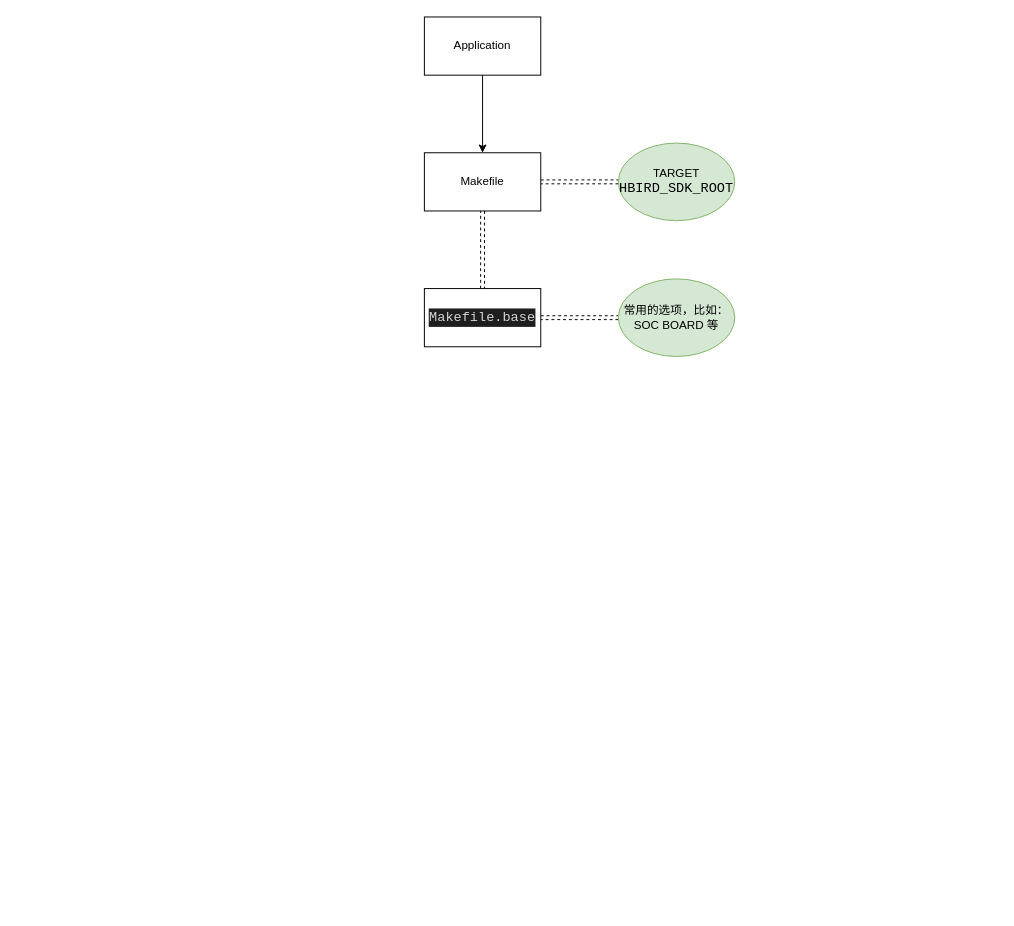
wangpengabc/test keeps this draw.io diagram as Untitled Diagram.drawio. Above is the earlier version. Source tidied: cells renumbered, new cells numbered last; positions are measured from the earlier drawing's top-left corner, leaving out a move shared by most shapes. Both pictures are drawn from the tidied source at 97%, with x=0, y=0 at pixel (424, 16).
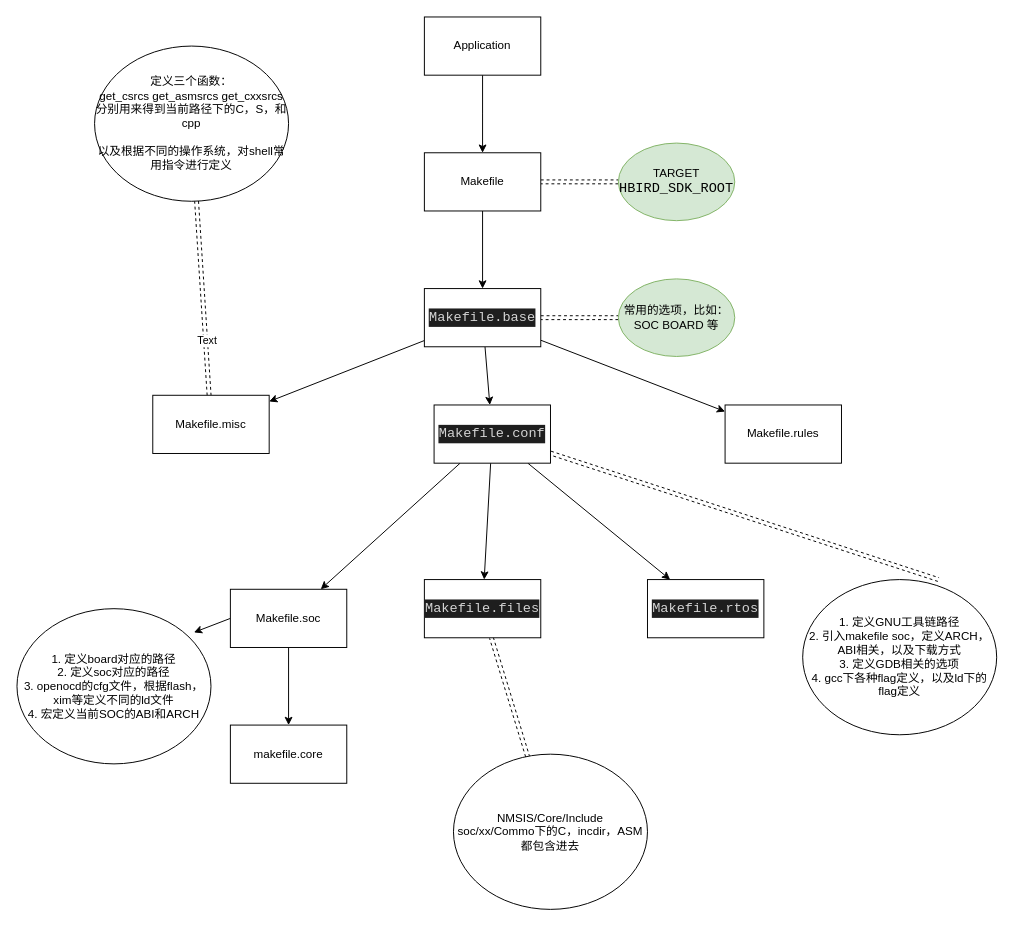
The same page after the edit.

The change refers to these unchanged cells:
```xml
<mxCell id="6" value="Makefile" style="rounded=0;whiteSpace=wrap;html=1;" parent="1" vertex="1">
  <mxGeometry y="140" width="120" height="60" as="geometry" />
</mxCell>
<mxCell id="9" value="&lt;div style=&quot;color: rgb(212 , 212 , 212) ; background-color: rgb(30 , 30 , 30) ; font-family: &amp;#34;droid sans mono&amp;#34; , monospace , monospace , &amp;#34;droid sans fallback&amp;#34; ; font-size: 14px ; line-height: 19px&quot;&gt;Makefile.base&lt;/div&gt;" style="rounded=0;whiteSpace=wrap;html=1;" parent="1" vertex="1">
  <mxGeometry y="280" width="120" height="60" as="geometry" />
</mxCell>
```

Diff of the diagram source:
```diff
@@
-    <mxCell id="5" style="edgeStyle=none;shape=link;jettySize=auto;html=1;dashed=1;" parent="1" edge="1" source="6" target="9">
+    <mxCell id="5" style="edgeStyle=none;jettySize=auto;html=1;" parent="1" edge="1" source="6" target="9">
       <mxGeometry relative="1" as="geometry" />
     </mxCell>
@@
+    <mxCell id="11" style="edgeStyle=none;jettySize=auto;html=1;" parent="1" edge="1" source="9" target="16">
+      <mxGeometry relative="1" as="geometry" />
+    </mxCell>
+    <mxCell id="12" style="edgeStyle=none;jettySize=auto;html=1;" parent="1" edge="1" source="9" target="21">
+      <mxGeometry relative="1" as="geometry" />
+    </mxCell>
+    <mxCell id="13" style="edgeStyle=none;jettySize=auto;html=1;" parent="1" edge="1" source="9" target="22">
+      <mxGeometry relative="1" as="geometry" />
+    </mxCell>
@@
+    <mxCell id="14" style="edgeStyle=none;jettySize=auto;html=1;shape=link;dashed=1;" parent="1" edge="1" source="16" target="23">
+      <mxGeometry relative="1" as="geometry" />
+    </mxCell>
+    <mxCell id="15" value="Text" style="edgeLabel;html=1;align=center;verticalAlign=middle;" parent="14" vertex="1">
+      <mxGeometry x="-0.43" y="-1" relative="1" as="geometry" />
+    </mxCell>
+    <mxCell id="16" value="Makefile.misc" style="whiteSpace=wrap;html=1;rounded=0;" parent="1" vertex="1">
+      <mxGeometry x="-280" y="390" width="120" height="60" as="geometry" />
+    </mxCell>
+    <mxCell id="17" style="edgeStyle=none;jettySize=auto;html=1;" parent="1" edge="1" source="21" target="27">
+      <mxGeometry relative="1" as="geometry" />
+    </mxCell>
+    <mxCell id="18" style="edgeStyle=none;jettySize=auto;html=1;" parent="1" edge="1" source="21" target="28">
+      <mxGeometry relative="1" as="geometry" />
+    </mxCell>
+    <mxCell id="19" style="edgeStyle=none;jettySize=auto;html=1;" parent="1" edge="1" source="21" target="30">
+      <mxGeometry relative="1" as="geometry" />
+    </mxCell>
+    <mxCell id="20" style="edgeStyle=none;jettySize=auto;html=1;entryX=0.7;entryY=0;entryDx=0;entryDy=0;entryPerimeter=0;dashed=1;shape=link;" parent="1" edge="1" source="21" target="24">
+      <mxGeometry relative="1" as="geometry" />
+    </mxCell>
+    <mxCell id="21" value="&lt;div style=&quot;color: rgb(212 , 212 , 212) ; background-color: rgb(30 , 30 , 30) ; font-family: &amp;#34;droid sans mono&amp;#34; , monospace , monospace , &amp;#34;droid sans fallback&amp;#34; ; font-size: 14px ; line-height: 19px&quot;&gt;Makefile.conf&lt;/div&gt;" style="rounded=0;whiteSpace=wrap;html=1;" parent="1" vertex="1">
+      <mxGeometry x="10" y="400" width="120" height="60" as="geometry" />
+    </mxCell>
+    <mxCell id="22" value="Makefile.rules" style="whiteSpace=wrap;html=1;rounded=0;" parent="1" vertex="1">
+      <mxGeometry x="310" y="400" width="120" height="60" as="geometry" />
+    </mxCell>
+    <mxCell id="23" value="定义三个函数：&lt;br&gt;get_csrcs&amp;nbsp;get_asmsrcs&amp;nbsp;get_cxxsrcs&lt;br&gt;分别用来得到当前路径下的C，S，和cpp&lt;br&gt;&lt;br&gt;以及根据不同的操作系统，对shell常用指令进行定义" style="ellipse;whiteSpace=wrap;html=1;rounded=0;" parent="1" vertex="1">
+      <mxGeometry x="-340" y="30" width="200" height="160" as="geometry" />
+    </mxCell>
+    <mxCell id="24" value="1. 定义GNU工具链路径&lt;br&gt;2. 引入makefile soc，定义ARCH，ABI相关，以及下载方式&lt;br&gt;3. 定义GDB相关的选项&lt;br&gt;4. gcc下各种flag定义，以及ld下的flag定义" style="ellipse;whiteSpace=wrap;html=1;rounded=0;" parent="1" vertex="1">
+      <mxGeometry x="390" y="580" width="200" height="160" as="geometry" />
+    </mxCell>
+    <mxCell id="25" style="edgeStyle=none;jettySize=auto;html=1;" parent="1" edge="1" source="27" target="32">
+      <mxGeometry relative="1" as="geometry" />
+    </mxCell>
+    <mxCell id="26" style="edgeStyle=none;jettySize=auto;html=1;exitX=0;exitY=0.5;exitDx=0;exitDy=0;entryX=0.912;entryY=0.153;entryDx=0;entryDy=0;entryPerimeter=0;" parent="1" edge="1" source="27" target="31">
+      <mxGeometry relative="1" as="geometry" />
+    </mxCell>
+    <mxCell id="27" value="Makefile.soc&lt;br&gt;" style="whiteSpace=wrap;html=1;rounded=0;" parent="1" vertex="1">
+      <mxGeometry x="-200" y="590" width="120" height="60" as="geometry" />
+    </mxCell>
+    <mxCell id="28" value="&lt;div style=&quot;color: rgb(212 , 212 , 212) ; background-color: rgb(30 , 30 , 30) ; font-family: &amp;#34;droid sans mono&amp;#34; , monospace , monospace , &amp;#34;droid sans fallback&amp;#34; ; font-size: 14px ; line-height: 19px&quot;&gt;Makefile.rtos&lt;/div&gt;" style="whiteSpace=wrap;html=1;rounded=0;" parent="1" vertex="1">
+      <mxGeometry x="230" y="580" width="120" height="60" as="geometry" />
+    </mxCell>
+    <mxCell id="29" style="edgeStyle=none;shape=link;jettySize=auto;html=1;dashed=1;" parent="1" edge="1" source="30" target="33">
+      <mxGeometry relative="1" as="geometry" />
+    </mxCell>
+    <mxCell id="30" value="&lt;div style=&quot;color: rgb(212 , 212 , 212) ; background-color: rgb(30 , 30 , 30) ; font-family: &amp;#34;droid sans mono&amp;#34; , monospace , monospace , &amp;#34;droid sans fallback&amp;#34; ; font-size: 14px ; line-height: 19px&quot;&gt;Makefile.files&lt;/div&gt;" style="whiteSpace=wrap;html=1;rounded=0;" parent="1" vertex="1">
+      <mxGeometry y="580" width="120" height="60" as="geometry" />
+    </mxCell>
+    <mxCell id="31" value="1. 定义board对应的路径&lt;br&gt;2. 定义soc对应的路径&lt;br&gt;3. openocd的cfg文件，根据flash，xim等定义不同的ld文件&lt;br&gt;4. 宏定义当前SOC的ABI和ARCH" style="ellipse;whiteSpace=wrap;html=1;rounded=0;" parent="1" vertex="1">
+      <mxGeometry x="-420" y="610" width="200" height="160" as="geometry" />
+    </mxCell>
+    <mxCell id="32" value="makefile.core" style="whiteSpace=wrap;html=1;rounded=0;" parent="1" vertex="1">
+      <mxGeometry x="-200" y="730" width="120" height="60" as="geometry" />
+    </mxCell>
+    <mxCell id="33" value="NMSIS/Core/Include&lt;br&gt;soc/xx/Commo下的C，incdir，ASM都包含进去" style="ellipse;whiteSpace=wrap;html=1;rounded=0;" parent="1" vertex="1">
+      <mxGeometry x="30" y="760" width="200" height="160" as="geometry" />
+    </mxCell>
```
